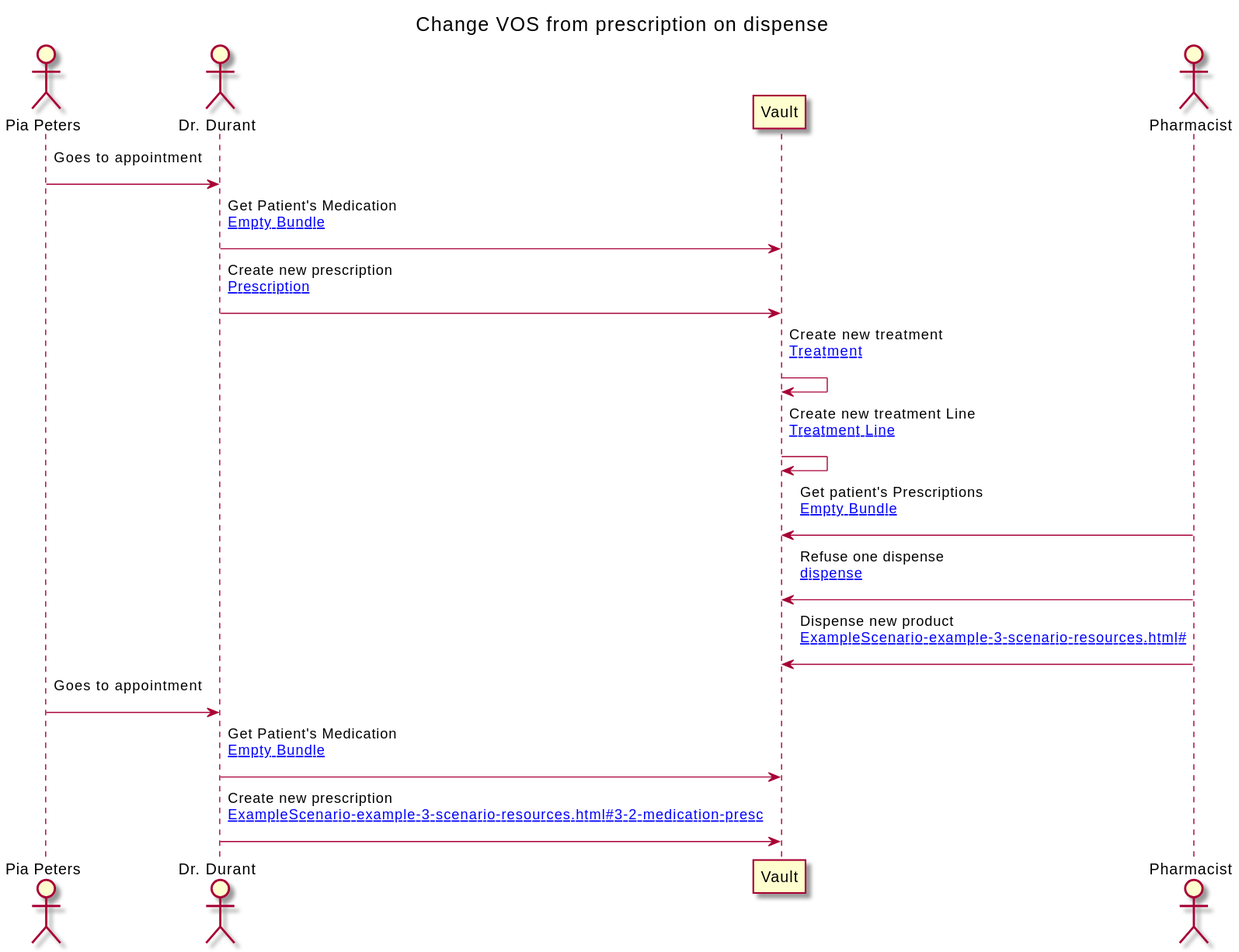
Earlier version of the PlantUML export branches/master/ExampleScenario-example-3-scenario.svg (costateixeira/hl7-be-fhir-medication). The source it was exported from:
```plantuml
@startuml


Title Change VOS from prescription on dispense

actor "Pia Peters" as PATIENT
actor "Dr. Durant" as GP
participant "Vault" as VAULT
actor "Pharmacist" as PHARM





    PATIENT-> GP : Goes to appointment\n
    GP-> VAULT : Get Patient's Medication\n[[ExampleScenario-example-3-scenario-resources.html#EB Empty Bundle]]\n
    GP-> VAULT : Create new prescription\n[[ExampleScenario-example-3-scenario-resources.html#New Prescription]]\n
    VAULT-> VAULT : Create new treatment\n[[ExampleScenario-example-3-scenario-resources.html#New Treatment]]\n
    VAULT-> VAULT : Create new treatment Line\n[[ExampleScenario-example-3-scenario-resources.html#New Treatment Line]]\n
    PHARM-> VAULT : Get patient's Prescriptions\n[[ExampleScenario-example-3-scenario-resources.html#EB Empty Bundle]]\n
    PHARM-> VAULT : Refuse one dispense\n[[ExampleScenario-example-3-scenario-resources.html#New dispense]]\n
    PHARM-> VAULT : Dispense new product\n[[ExampleScenario-example-3-scenario-resources.html#]]\n
    PATIENT-> GP : Goes to appointment\n
    GP-> VAULT : Get Patient's Medication\n[[ExampleScenario-example-3-scenario-resources.html#EB Empty Bundle]]\n
    GP-> VAULT : Create new prescription\n[[ExampleScenario-example-3-scenario-resources.html#3-2-medication-presc ]]\n


@enduml
```
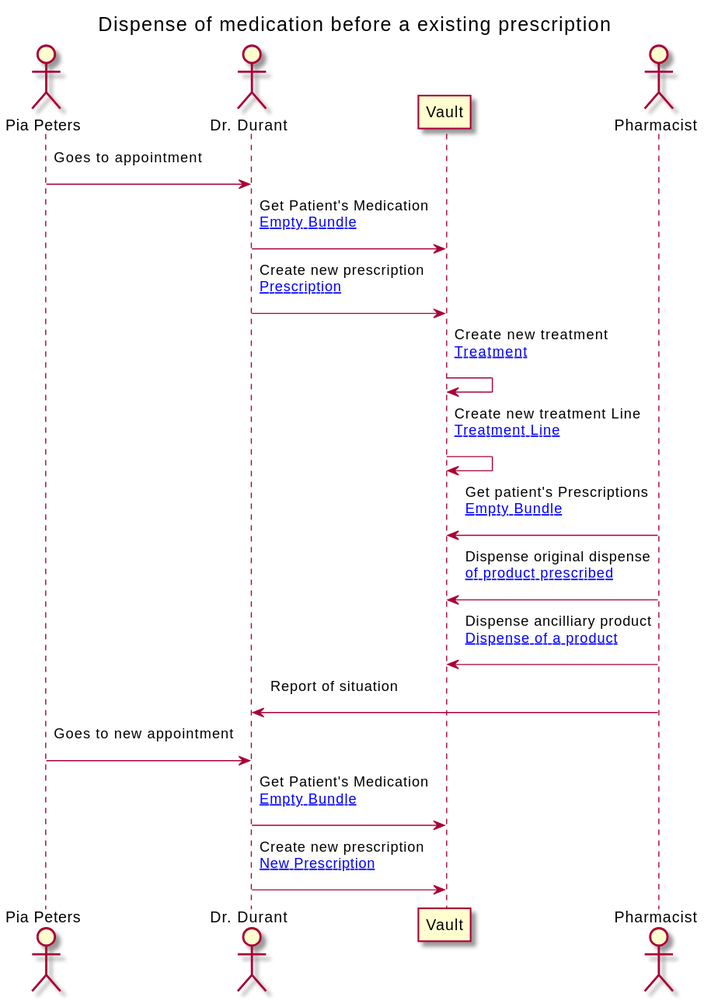
The same file after the commit.

What changed in the source:
```diff
@@ -1,7 +1,7 @@
 @startuml
 
 
-Title Change VOS from prescription on dispense
+Title Dispense of medication before a existing prescription
 
 actor "Pia Peters" as PATIENT
 actor "Dr. Durant" as GP
@@ -14,15 +14,16 @@
 
     PATIENT-> GP : Goes to appointment\n
     GP-> VAULT : Get Patient's Medication\n[[ExampleScenario-example-3-scenario-resources.html#EB Empty Bundle]]\n
-    GP-> VAULT : Create new prescription\n[[ExampleScenario-example-3-scenario-resources.html#New Prescription]]\n
+    GP-> VAULT : Create new prescription\n[[ExampleScenario-example-3-scenario-resources.html#Original Prescription]]\n
     VAULT-> VAULT : Create new treatment\n[[ExampleScenario-example-3-scenario-resources.html#New Treatment]]\n
     VAULT-> VAULT : Create new treatment Line\n[[ExampleScenario-example-3-scenario-resources.html#New Treatment Line]]\n
     PHARM-> VAULT : Get patient's Prescriptions\n[[ExampleScenario-example-3-scenario-resources.html#EB Empty Bundle]]\n
-    PHARM-> VAULT : Refuse one dispense\n[[ExampleScenario-example-3-scenario-resources.html#New dispense]]\n
-    PHARM-> VAULT : Dispense new product\n[[ExampleScenario-example-3-scenario-resources.html#]]\n
-    PATIENT-> GP : Goes to appointment\n
+    PHARM-> VAULT : Dispense original dispense\n[[ExampleScenario-example-3-scenario-resources.html#Dispense of product prescribed]]\n
+    PHARM-> VAULT : Dispense ancilliary product\n[[ExampleScenario-example-3-scenario-resources.html#Ancilliary Dispense of a product]]\n
+    PHARM-> GP : Report of situation\n
+    PATIENT-> GP : Goes to new appointment\n
     GP-> VAULT : Get Patient's Medication\n[[ExampleScenario-example-3-scenario-resources.html#EB Empty Bundle]]\n
-    GP-> VAULT : Create new prescription\n[[ExampleScenario-example-3-scenario-resources.html#3-2-medication-presc ]]\n
+    GP-> VAULT : Create new prescription\n[[ExampleScenario-example-3-scenario-resources.html#3-2-prescription New Prescription]]\n
 
 
 @enduml
```
